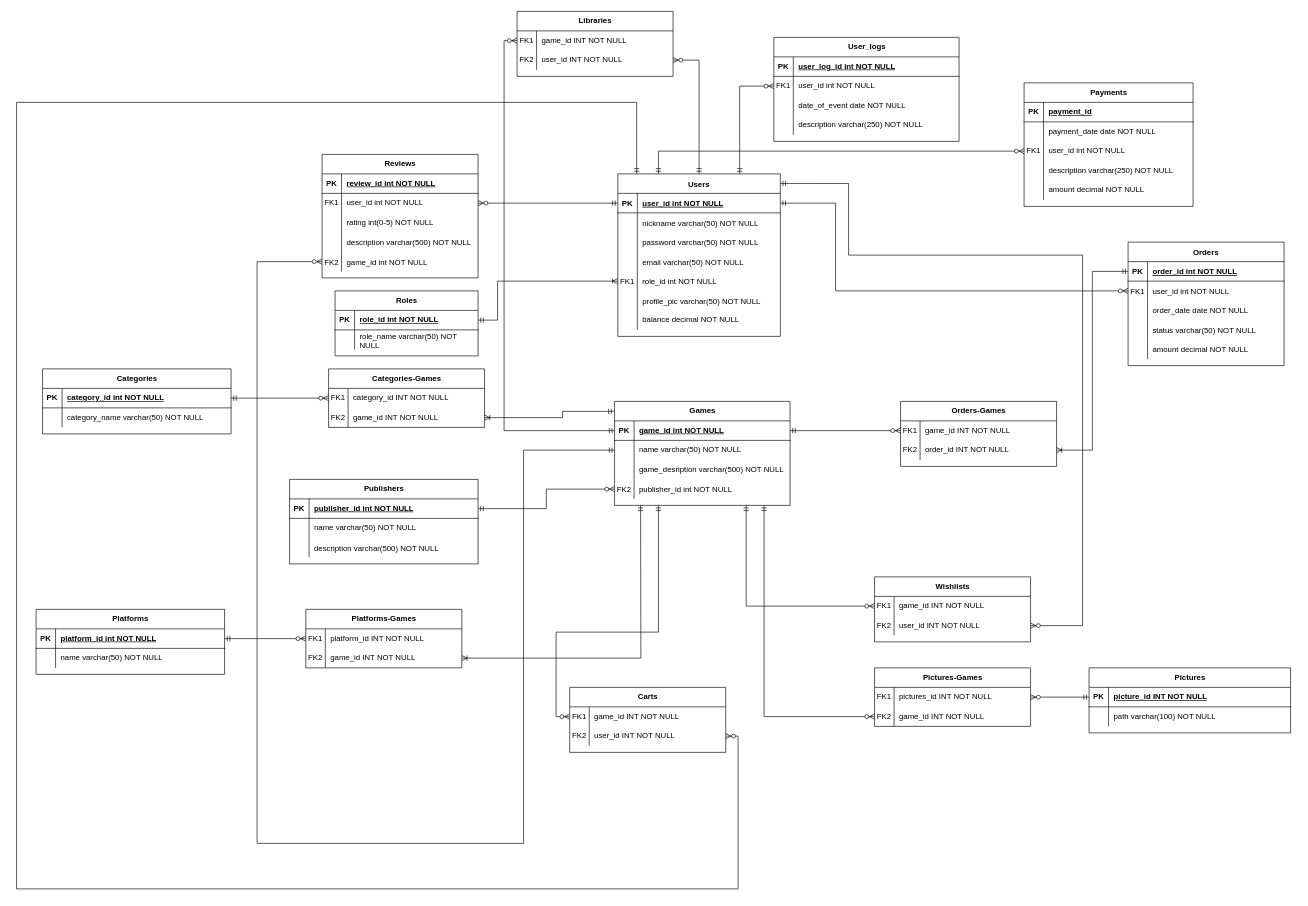
The draw.io diagram diagram.drawio in westcrime/data-models-and-database-management-systems, before the edit. Source tidied: cells renumbered, new cells numbered last; positions are measured from the earlier drawing's top-left corner, leaving out a move shared by most shapes. Both pictures are drawn from the tidied source at 65%, with x=0, y=0 at pixel (16, 11).
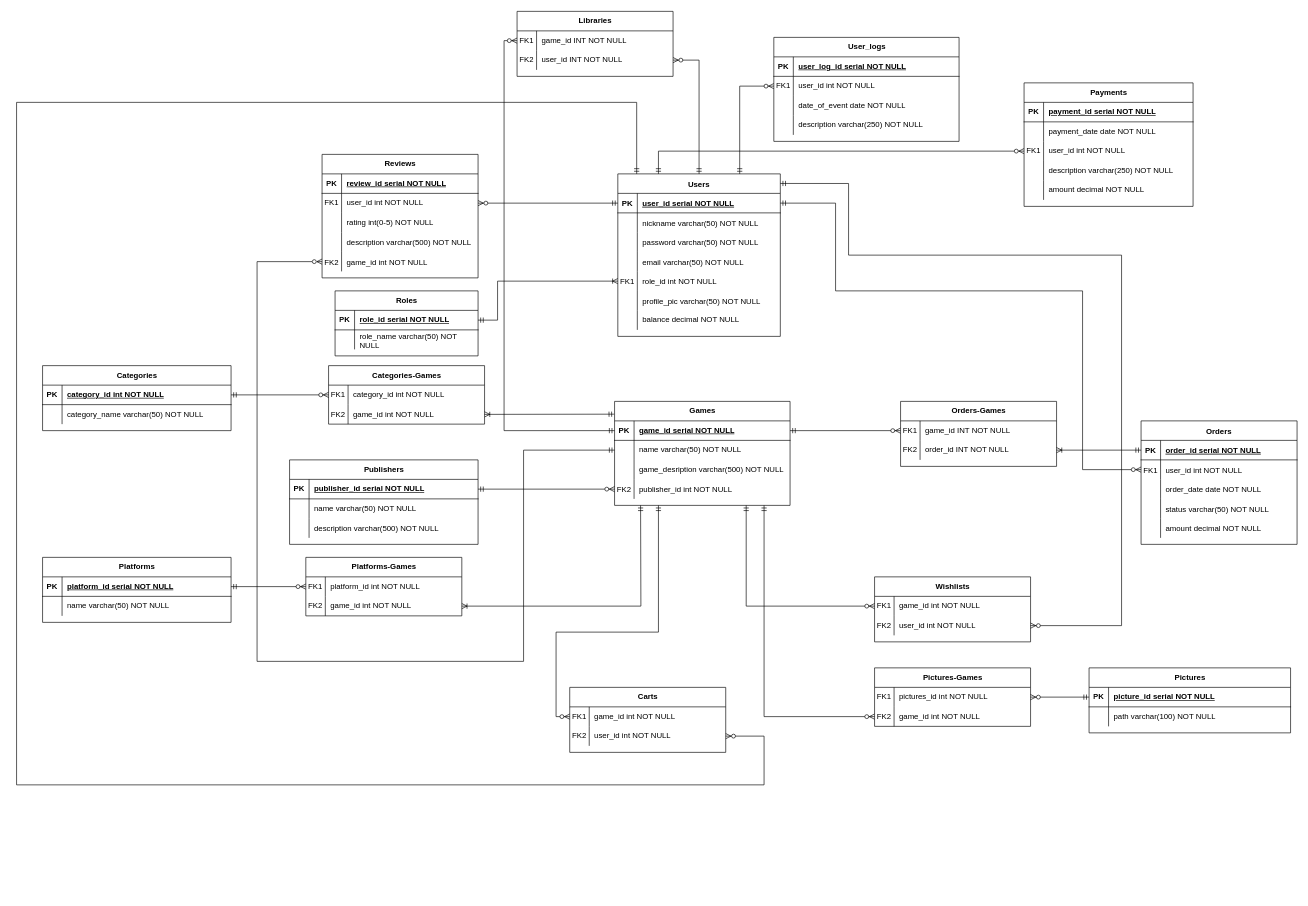
The same page after the edit.

The change refers to these unchanged cells:
```xml
<mxCell id="3" style="shape=partialRectangle;fillColor=none;points=[[0,0.5],[1,0.5]];portConstraint=eastwest;top=0;left=0;right=0;bottom=1;" parent="2" vertex="1">
  <mxGeometry y="30" width="240" height="30" as="geometry" />
</mxCell>
<mxCell id="6" style="shape=partialRectangle;fillColor=none;points=[[0,0.5],[1,0.5]];portConstraint=eastwest;top=0;left=0;right=0;bottom=0;" parent="2" vertex="1">
  <mxGeometry y="60" width="240" height="30" as="geometry" />
</mxCell>
<mxCell id="18" value="Users" style="shape=table;startSize=30;childLayout=tableLayout;rowLines=0;fontStyle=1;align=center;" parent="1" vertex="1">
  <mxGeometry x="925" y="250" width="250" height="250" as="geometry" />
</mxCell>
<mxCell id="19" style="shape=partialRectangle;fillColor=none;points=[[0,0.5],[1,0.5]];portConstraint=eastwest;top=0;left=0;right=0;bottom=1;" parent="18" vertex="1">
  <mxGeometry y="30" width="250" height="30" as="geometry" />
</mxCell>
<mxCell id="40" value="Games" style="shape=table;startSize=30;childLayout=tableLayout;rowLines=0;fontStyle=1;align=center;html=1;" parent="1" vertex="1">
  <mxGeometry x="920" y="600" width="270" height="160" as="geometry" />
</mxCell>
<mxCell id="41" style="shape=tableRow;horizontal=0;startSize=0;swimlaneHead=0;swimlaneBody=0;fillColor=none;points=[[0,0.5],[1,0.5]];portConstraint=eastwest;top=0;left=0;right=0;bottom=1;" parent="40" vertex="1">
  <mxGeometry y="30" width="270" height="30" as="geometry" />
</mxCell>
<mxCell id="44" style="shape=tableRow;horizontal=0;startSize=0;swimlaneHead=0;swimlaneBody=0;fillColor=none;points=[[0,0.5],[1,0.5]];portConstraint=eastwest;top=0;left=0;right=0;bottom=0;" parent="40" vertex="1">
  <mxGeometry y="60" width="270" height="30" as="geometry" />
</mxCell>
<mxCell id="54" style="shape=tableRow;horizontal=0;startSize=0;swimlaneHead=0;swimlaneBody=0;fillColor=none;points=[[0,0.5],[1,0.5]];portConstraint=eastwest;top=0;left=0;right=0;bottom=1;" parent="53" vertex="1">
  <mxGeometry y="30" width="290" height="30" as="geometry" />
</mxCell>
<mxCell id="64" style="shape=tableRow;horizontal=0;startSize=0;swimlaneHead=0;swimlaneBody=0;fillColor=none;points=[[0,0.5],[1,0.5]];portConstraint=eastwest;top=0;left=0;right=0;bottom=1;" parent="63" vertex="1">
  <mxGeometry y="30" width="290" height="30" as="geometry" />
</mxCell>
<mxCell id="71" style="shape=tableRow;horizontal=0;startSize=0;swimlaneHead=0;swimlaneBody=0;fillColor=none;points=[[0,0.5],[1,0.5]];portConstraint=eastwest;top=0;left=0;right=0;bottom=1;" parent="70" vertex="1">
  <mxGeometry y="30" width="220" height="30" as="geometry" />
</mxCell>
<mxCell id="78" style="shape=tableRow;horizontal=0;startSize=0;swimlaneHead=0;swimlaneBody=0;fillColor=none;top=0;left=0;right=0;bottom=1;" parent="77" vertex="1">
  <mxGeometry y="30" width="240" height="30" as="geometry" />
</mxCell>
<mxCell id="90" style="shape=tableRow;horizontal=0;startSize=0;swimlaneHead=0;swimlaneBody=0;fillColor=none;points=[[0,0.5],[1,0.5]];portConstraint=eastwest;top=0;left=0;right=0;bottom=0;" parent="77" vertex="1">
  <mxGeometry y="150" width="240" height="30" as="geometry" />
</mxCell>
<mxCell id="101" style="shape=tableRow;horizontal=0;startSize=0;swimlaneHead=0;swimlaneBody=0;fillColor=none;top=0;left=0;right=0;bottom=1;" parent="100" vertex="1">
  <mxGeometry y="30" width="285" height="30" as="geometry" />
</mxCell>
<mxCell id="120" style="shape=tableRow;horizontal=0;startSize=0;swimlaneHead=0;swimlaneBody=0;fillColor=none;top=0;left=0;right=0;bottom=1;" parent="119" vertex="1">
  <mxGeometry y="30" width="260" height="30" as="geometry" />
</mxCell>
<mxCell id="137" style="shape=tableRow;horizontal=0;startSize=0;swimlaneHead=0;swimlaneBody=0;fillColor=none;points=[[0,0.5],[1,0.5]];portConstraint=eastwest;top=0;left=0;right=0;bottom=1;" parent="136" vertex="1">
  <mxGeometry y="30" width="310" height="30" as="geometry" />
</mxCell>
<mxCell id="153" style="shape=tableRow;horizontal=0;startSize=0;swimlaneHead=0;swimlaneBody=0;fillColor=none;points=[[0,0.5],[1,0.5]];portConstraint=eastwest;top=0;left=0;right=0;bottom=0;" parent="152" vertex="1">
  <mxGeometry y="30" width="240" height="30" as="geometry" />
</mxCell>
<mxCell id="156" style="shape=tableRow;horizontal=0;startSize=0;swimlaneHead=0;swimlaneBody=0;fillColor=none;points=[[0,0.5],[1,0.5]];portConstraint=eastwest;top=0;left=0;right=0;bottom=0;" parent="152" vertex="1">
  <mxGeometry y="60" width="240" height="30" as="geometry" />
</mxCell>
<mxCell id="162" style="shape=tableRow;horizontal=0;startSize=0;swimlaneHead=0;swimlaneBody=0;fillColor=none;points=[[0,0.5],[1,0.5]];portConstraint=eastwest;top=0;left=0;right=0;bottom=0;" parent="161" vertex="1">
  <mxGeometry y="30" width="240" height="30" as="geometry" />
</mxCell>
<mxCell id="165" style="shape=tableRow;horizontal=0;startSize=0;swimlaneHead=0;swimlaneBody=0;fillColor=none;points=[[0,0.5],[1,0.5]];portConstraint=eastwest;top=0;left=0;right=0;bottom=0;" parent="161" vertex="1">
  <mxGeometry y="60" width="240" height="30" as="geometry" />
</mxCell>
<mxCell id="171" style="shape=tableRow;horizontal=0;startSize=0;swimlaneHead=0;swimlaneBody=0;fillColor=none;points=[[0,0.5],[1,0.5]];portConstraint=eastwest;top=0;left=0;right=0;bottom=0;" parent="170" vertex="1">
  <mxGeometry y="30" width="240" height="30" as="geometry" />
</mxCell>
<mxCell id="174" style="shape=tableRow;horizontal=0;startSize=0;swimlaneHead=0;swimlaneBody=0;fillColor=none;points=[[0,0.5],[1,0.5]];portConstraint=eastwest;top=0;left=0;right=0;bottom=0;" parent="170" vertex="1">
  <mxGeometry y="60" width="240" height="30" as="geometry" />
</mxCell>
<mxCell id="189" style="shape=tableRow;horizontal=0;startSize=0;swimlaneHead=0;swimlaneBody=0;fillColor=none;points=[[0,0.5],[1,0.5]];portConstraint=eastwest;top=0;left=0;right=0;bottom=0;" parent="188" vertex="1">
  <mxGeometry y="30" width="240" height="30" as="geometry" />
</mxCell>
<mxCell id="192" style="shape=tableRow;horizontal=0;startSize=0;swimlaneHead=0;swimlaneBody=0;fillColor=none;points=[[0,0.5],[1,0.5]];portConstraint=eastwest;top=0;left=0;right=0;bottom=0;" parent="188" vertex="1">
  <mxGeometry y="60" width="240" height="30" as="geometry" />
</mxCell>
<mxCell id="198" style="shape=tableRow;horizontal=0;startSize=0;swimlaneHead=0;swimlaneBody=0;fillColor=none;points=[[0,0.5],[1,0.5]];portConstraint=eastwest;top=0;left=0;right=0;bottom=0;" parent="197" vertex="1">
  <mxGeometry y="30" width="240" height="30" as="geometry" />
</mxCell>
<mxCell id="201" style="shape=tableRow;horizontal=0;startSize=0;swimlaneHead=0;swimlaneBody=0;fillColor=none;points=[[0,0.5],[1,0.5]];portConstraint=eastwest;top=0;left=0;right=0;bottom=0;" parent="197" vertex="1">
  <mxGeometry y="60" width="240" height="30" as="geometry" />
</mxCell>
```

Change to the diagram source:
```diff
@@
     <mxCell id="2" value="Orders" style="shape=table;startSize=30;childLayout=tableLayout;rowLines=0;fontStyle=1;align=center;" parent="1" vertex="1">
-      <mxGeometry x="1710" y="355" width="240" height="190" as="geometry" />
+      <mxGeometry x="1730" y="630" width="240" height="190" as="geometry" />
     </mxCell>
@@
-    <mxCell id="5" value="order_id int NOT NULL " style="shape=partialRectangle;overflow=hidden;fillColor=none;top=0;left=0;bottom=0;right=0;align=left;spacingLeft=6;fontStyle=5;" parent="3" vertex="1">
+    <mxCell id="5" value="order_id serial NOT NULL " style="shape=partialRectangle;overflow=hidden;fillColor=none;top=0;left=0;bottom=0;right=0;align=left;spacingLeft=6;fontStyle=5;" parent="3" vertex="1">
       <mxGeometry x="30" width="210" height="30" as="geometry" />
     </mxCell>
@@
-    <mxCell id="21" value="user_id int NOT NULL " style="shape=partialRectangle;overflow=hidden;fillColor=none;top=0;left=0;bottom=0;right=0;align=left;spacingLeft=6;fontStyle=5;" parent="19" vertex="1">
+    <mxCell id="21" value="user_id serial NOT NULL " style="shape=partialRectangle;overflow=hidden;fillColor=none;top=0;left=0;bottom=0;right=0;align=left;spacingLeft=6;fontStyle=5;" parent="19" vertex="1">
       <mxGeometry x="30" width="220" height="30" as="geometry" />
     </mxCell>
@@
-    <mxCell id="43" value="game_id int NOT NULL" style="shape=partialRectangle;fillColor=none;top=0;left=0;bottom=0;right=0;align=left;spacingLeft=6;fontStyle=5;overflow=hidden;whiteSpace=wrap;html=1;" parent="41" vertex="1">
+    <mxCell id="43" value="game_id serial NOT NULL" style="shape=partialRectangle;fillColor=none;top=0;left=0;bottom=0;right=0;align=left;spacingLeft=6;fontStyle=5;overflow=hidden;whiteSpace=wrap;html=1;" parent="41" vertex="1">
       <mxGeometry x="30" width="240" height="30" as="geometry" />
     </mxCell>
@@
     <mxCell id="53" value="Publishers" style="shape=table;startSize=30;childLayout=tableLayout;rowLines=0;fontStyle=1;align=center;html=1;" parent="1" vertex="1">
-      <mxGeometry x="420" y="720" width="290" height="130" as="geometry" />
+      <mxGeometry x="420" y="690" width="290" height="130" as="geometry" />
     </mxCell>
@@
-    <mxCell id="56" value="publisher_id int NOT NULL" style="shape=partialRectangle;fillColor=none;top=0;left=0;bottom=0;right=0;align=left;spacingLeft=6;fontStyle=5;overflow=hidden;whiteSpace=wrap;html=1;" parent="54" vertex="1">
+    <mxCell id="56" value="publisher_id serial NOT NULL" style="shape=partialRectangle;fillColor=none;top=0;left=0;bottom=0;right=0;align=left;spacingLeft=6;fontStyle=5;overflow=hidden;whiteSpace=wrap;html=1;" parent="54" vertex="1">
       <mxGeometry x="30" width="260" height="30" as="geometry" />
     </mxCell>
@@
     <mxCell id="63" value="Platforms" style="shape=table;startSize=30;childLayout=tableLayout;rowLines=0;fontStyle=1;align=center;html=1;" parent="1" vertex="1">
-      <mxGeometry x="30" y="920" width="290" height="100" as="geometry" />
+      <mxGeometry x="40" y="840" width="290" height="100" as="geometry" />
     </mxCell>
@@
-    <mxCell id="66" value="platform_id int NOT NULL" style="shape=partialRectangle;fillColor=none;top=0;left=0;bottom=0;right=0;align=left;spacingLeft=6;fontStyle=5;overflow=hidden;whiteSpace=wrap;html=1;" parent="64" vertex="1">
+    <mxCell id="66" value="platform_id serial NOT NULL" style="shape=partialRectangle;fillColor=none;top=0;left=0;bottom=0;right=0;align=left;spacingLeft=6;fontStyle=5;overflow=hidden;whiteSpace=wrap;html=1;" parent="64" vertex="1">
       <mxGeometry x="30" width="260" height="30" as="geometry" />
     </mxCell>
@@
-    <mxCell id="73" value="role_id int NOT NULL" style="shape=partialRectangle;fillColor=none;top=0;left=0;bottom=0;right=0;align=left;spacingLeft=6;fontStyle=5;overflow=hidden;whiteSpace=wrap;html=1;" parent="71" vertex="1">
+    <mxCell id="73" value="role_id serial NOT NULL" style="shape=partialRectangle;fillColor=none;top=0;left=0;bottom=0;right=0;align=left;spacingLeft=6;fontStyle=5;overflow=hidden;whiteSpace=wrap;html=1;" parent="71" vertex="1">
       <mxGeometry x="30" width="190" height="30" as="geometry" />
     </mxCell>
@@
-    <mxCell id="80" value="review_id int NOT NULL" style="shape=partialRectangle;fillColor=none;top=0;left=0;bottom=0;right=0;align=left;spacingLeft=6;fontStyle=5;overflow=hidden;whiteSpace=wrap;html=1;" parent="78" vertex="1">
+    <mxCell id="80" value="review_id serial NOT NULL" style="shape=partialRectangle;fillColor=none;top=0;left=0;bottom=0;right=0;align=left;spacingLeft=6;fontStyle=5;overflow=hidden;whiteSpace=wrap;html=1;" parent="78" vertex="1">
       <mxGeometry x="30" width="210" height="30" as="geometry" />
     </mxCell>
@@
     <mxCell id="93" value="Categories" style="shape=table;startSize=30;childLayout=tableLayout;rowLines=0;fontStyle=1;align=center;html=1;" parent="1" vertex="1">
-      <mxGeometry x="40" y="550" width="290" height="100" as="geometry" />
+      <mxGeometry x="40" y="545" width="290" height="100" as="geometry" />
     </mxCell>
@@
-    <mxCell id="103" value="user_log_id int NOT NULL" style="shape=partialRectangle;fillColor=none;top=0;left=0;bottom=0;right=0;align=left;spacingLeft=6;fontStyle=5;overflow=hidden;whiteSpace=wrap;html=1;" parent="101" vertex="1">
+    <mxCell id="103" value="user_log_id serial NOT NULL" style="shape=partialRectangle;fillColor=none;top=0;left=0;bottom=0;right=0;align=left;spacingLeft=6;fontStyle=5;overflow=hidden;whiteSpace=wrap;html=1;" parent="101" vertex="1">
       <mxGeometry x="30" width="255" height="30" as="geometry" />
     </mxCell>
@@
     <mxCell id="115" style="edgeStyle=orthogonalEdgeStyle;fontSize=12;html=1;endArrow=ERzeroToMany;startArrow=ERmandOne;rounded=0;entryX=0;entryY=0.5;entryDx=0;entryDy=0;exitX=1;exitY=0.5;exitDx=0;exitDy=0;" parent="1" edge="1" source="19" target="6">
       <mxGeometry relative="1" as="geometry">
         <Array as="points">
           <mxPoint x="1260" y="295" />
           <mxPoint x="1260" y="430" />
+          <mxPoint x="1640" y="430" />
+          <mxPoint x="1640" y="705" />
         </Array>
       </mxGeometry>
     </mxCell>
@@
     <mxCell id="117" style="edgeStyle=orthogonalEdgeStyle;fontSize=12;html=1;endArrow=ERmandOne;startArrow=ERzeroToMany;rounded=0;exitX=0;exitY=0.5;exitDx=0;exitDy=0;entryX=0;entryY=0.5;entryDx=0;entryDy=0;endFill=0;startFill=0;" parent="1" edge="1" source="90" target="44">
       <mxGeometry relative="1" as="geometry">
         <Array as="points">
           <mxPoint x="370" y="385" />
-          <mxPoint x="370" y="1280" />
-          <mxPoint x="780" y="1280" />
+          <mxPoint x="370" y="1000" />
+          <mxPoint x="780" y="1000" />
           <mxPoint x="780" y="675" />
         </Array>
       </mxGeometry>
     </mxCell>
@@
-    <mxCell id="122" value="payment_id" style="shape=partialRectangle;fillColor=none;top=0;left=0;bottom=0;right=0;align=left;spacingLeft=6;fontStyle=5;overflow=hidden;whiteSpace=wrap;html=1;" parent="120" vertex="1">
+    <mxCell id="122" value="payment_id serial NOT NULL" style="shape=partialRectangle;fillColor=none;top=0;left=0;bottom=0;right=0;align=left;spacingLeft=6;fontStyle=5;overflow=hidden;whiteSpace=wrap;html=1;" parent="120" vertex="1">
       <mxGeometry x="30" width="230" height="30" as="geometry" />
     </mxCell>
@@
-    <mxCell id="139" value="picture_id INT NOT NULL" style="shape=partialRectangle;fillColor=none;top=0;left=0;bottom=0;right=0;align=left;spacingLeft=6;fontStyle=5;overflow=hidden;whiteSpace=wrap;html=1;" parent="137" vertex="1">
+    <mxCell id="139" value="picture_id serial NOT NULL" style="shape=partialRectangle;fillColor=none;top=0;left=0;bottom=0;right=0;align=left;spacingLeft=6;fontStyle=5;overflow=hidden;whiteSpace=wrap;html=1;" parent="137" vertex="1">
       <mxGeometry x="30" width="280" height="30" as="geometry" />
     </mxCell>
@@
     <mxCell id="152" value="Categories-Games" style="shape=table;startSize=30;childLayout=tableLayout;rowLines=0;fontStyle=1;align=center;html=1;" parent="1" vertex="1">
-      <mxGeometry x="480" y="550" width="240" height="90" as="geometry" />
+      <mxGeometry x="480" y="545" width="240" height="90" as="geometry" />
     </mxCell>
@@
-    <mxCell id="155" value="category_id INT NOT NULL" style="shape=partialRectangle;fillColor=none;top=0;left=0;bottom=0;right=0;align=left;spacingLeft=6;overflow=hidden;whiteSpace=wrap;html=1;" parent="153" vertex="1">
+    <mxCell id="155" value="category_id int NOT NULL" style="shape=partialRectangle;fillColor=none;top=0;left=0;bottom=0;right=0;align=left;spacingLeft=6;overflow=hidden;whiteSpace=wrap;html=1;" parent="153" vertex="1">
       <mxGeometry x="30" width="210" height="30" as="geometry" />
     </mxCell>
@@
-    <mxCell id="158" value="game_id INT NOT NULL" style="shape=partialRectangle;fillColor=none;top=0;left=0;bottom=0;right=0;align=left;spacingLeft=6;overflow=hidden;whiteSpace=wrap;html=1;" parent="156" vertex="1">
+    <mxCell id="158" value="game_id int NOT NULL" style="shape=partialRectangle;fillColor=none;top=0;left=0;bottom=0;right=0;align=left;spacingLeft=6;overflow=hidden;whiteSpace=wrap;html=1;" parent="156" vertex="1">
       <mxGeometry x="30" width="210" height="30" as="geometry" />
     </mxCell>
-    <mxCell id="159" style="edgeStyle=orthogonalEdgeStyle;fontSize=12;html=1;endArrow=ERoneToMany;startArrow=ERmandOne;rounded=0;exitX=-0.004;exitY=0.096;exitDx=0;exitDy=0;entryX=1;entryY=0.5;entryDx=0;entryDy=0;exitPerimeter=0;" parent="1" edge="1" source="40" target="156">
+    <mxCell id="159" style="edgeStyle=orthogonalEdgeStyle;fontSize=12;html=1;endArrow=ERoneToMany;startArrow=ERmandOne;rounded=0;exitX=-0.002;exitY=0.123;exitDx=0;exitDy=0;entryX=1;entryY=0.5;entryDx=0;entryDy=0;exitPerimeter=0;" parent="1" edge="1" source="40" target="156">
       <mxGeometry relative="1" as="geometry">
         <Array as="points">
-          <mxPoint x="840" y="615" />
-          <mxPoint x="840" y="625" />
+          <mxPoint x="918" y="620" />
         </Array>
       </mxGeometry>
     </mxCell>
@@
     <mxCell id="161" value="Platforms-Games" style="shape=table;startSize=30;childLayout=tableLayout;rowLines=0;fontStyle=1;align=center;html=1;" parent="1" vertex="1">
-      <mxGeometry x="445" y="920" width="240" height="90" as="geometry" />
+      <mxGeometry x="445" y="840" width="240" height="90" as="geometry" />
     </mxCell>
@@
-    <mxCell id="164" value="platform_id INT NOT NULL" style="shape=partialRectangle;fillColor=none;top=0;left=0;bottom=0;right=0;align=left;spacingLeft=6;overflow=hidden;whiteSpace=wrap;html=1;" parent="162" vertex="1">
+    <mxCell id="164" value="platform_id int NOT NULL" style="shape=partialRectangle;fillColor=none;top=0;left=0;bottom=0;right=0;align=left;spacingLeft=6;overflow=hidden;whiteSpace=wrap;html=1;" parent="162" vertex="1">
       <mxGeometry x="30" width="210" height="30" as="geometry" />
     </mxCell>
@@
-    <mxCell id="167" value="game_id INT NOT NULL" style="shape=partialRectangle;fillColor=none;top=0;left=0;bottom=0;right=0;align=left;spacingLeft=6;overflow=hidden;whiteSpace=wrap;html=1;" parent="165" vertex="1">
+    <mxCell id="167" value="game_id int NOT NULL" style="shape=partialRectangle;fillColor=none;top=0;left=0;bottom=0;right=0;align=left;spacingLeft=6;overflow=hidden;whiteSpace=wrap;html=1;" parent="165" vertex="1">
       <mxGeometry x="30" width="210" height="30" as="geometry" />
     </mxCell>
@@
-    <mxCell id="173" value="pictures_id INT NOT NULL" style="shape=partialRectangle;fillColor=none;top=0;left=0;bottom=0;right=0;align=left;spacingLeft=6;overflow=hidden;whiteSpace=wrap;html=1;" parent="171" vertex="1">
+    <mxCell id="173" value="pictures_id int NOT NULL" style="shape=partialRectangle;fillColor=none;top=0;left=0;bottom=0;right=0;align=left;spacingLeft=6;overflow=hidden;whiteSpace=wrap;html=1;" parent="171" vertex="1">
       <mxGeometry x="30" width="210" height="30" as="geometry" />
     </mxCell>
@@
-    <mxCell id="176" value="game_id INT NOT NULL" style="shape=partialRectangle;fillColor=none;top=0;left=0;bottom=0;right=0;align=left;spacingLeft=6;overflow=hidden;whiteSpace=wrap;html=1;" parent="174" vertex="1">
+    <mxCell id="176" value="game_id int NOT NULL" style="shape=partialRectangle;fillColor=none;top=0;left=0;bottom=0;right=0;align=left;spacingLeft=6;overflow=hidden;whiteSpace=wrap;html=1;" parent="174" vertex="1">
       <mxGeometry x="30" width="210" height="30" as="geometry" />
     </mxCell>
@@
-    <mxCell id="191" value="game_id INT NOT NULL" style="shape=partialRectangle;fillColor=none;top=0;left=0;bottom=0;right=0;align=left;spacingLeft=6;overflow=hidden;whiteSpace=wrap;html=1;" parent="189" vertex="1">
+    <mxCell id="191" value="game_id int NOT NULL" style="shape=partialRectangle;fillColor=none;top=0;left=0;bottom=0;right=0;align=left;spacingLeft=6;overflow=hidden;whiteSpace=wrap;html=1;" parent="189" vertex="1">
       <mxGeometry x="30" width="210" height="30" as="geometry" />
     </mxCell>
@@
-    <mxCell id="194" value="user_id INT NOT NULL" style="shape=partialRectangle;fillColor=none;top=0;left=0;bottom=0;right=0;align=left;spacingLeft=6;overflow=hidden;whiteSpace=wrap;html=1;" parent="192" vertex="1">
+    <mxCell id="194" value="user_id int NOT NULL" style="shape=partialRectangle;fillColor=none;top=0;left=0;bottom=0;right=0;align=left;spacingLeft=6;overflow=hidden;whiteSpace=wrap;html=1;" parent="192" vertex="1">
       <mxGeometry x="30" width="210" height="30" as="geometry" />
     </mxCell>
     <mxCell id="195" style="edgeStyle=orthogonalEdgeStyle;fontSize=12;html=1;endArrow=ERzeroToMany;startArrow=ERmandOne;rounded=0;entryX=1;entryY=0.5;entryDx=0;entryDy=0;exitX=1;exitY=0.059;exitDx=0;exitDy=0;exitPerimeter=0;" parent="1" edge="1" source="18" target="192">
       <mxGeometry relative="1" as="geometry">
         <Array as="points">
           <mxPoint x="1280" y="265" />
           <mxPoint x="1280" y="375" />
-          <mxPoint x="1640" y="375" />
-          <mxPoint x="1640" y="945" />
+          <mxPoint x="1700" y="375" />
+          <mxPoint x="1700" y="945" />
         </Array>
       </mxGeometry>
     </mxCell>
@@
-    <mxCell id="200" value="game_id INT NOT NULL" style="shape=partialRectangle;fillColor=none;top=0;left=0;bottom=0;right=0;align=left;spacingLeft=6;overflow=hidden;whiteSpace=wrap;html=1;" parent="198" vertex="1">
+    <mxCell id="200" value="game_id int NOT NULL" style="shape=partialRectangle;fillColor=none;top=0;left=0;bottom=0;right=0;align=left;spacingLeft=6;overflow=hidden;whiteSpace=wrap;html=1;" parent="198" vertex="1">
       <mxGeometry x="30" width="210" height="30" as="geometry" />
     </mxCell>
@@
-    <mxCell id="203" value="user_id INT NOT NULL" style="shape=partialRectangle;fillColor=none;top=0;left=0;bottom=0;right=0;align=left;spacingLeft=6;overflow=hidden;whiteSpace=wrap;html=1;" parent="201" vertex="1">
+    <mxCell id="203" value="user_id int NOT NULL" style="shape=partialRectangle;fillColor=none;top=0;left=0;bottom=0;right=0;align=left;spacingLeft=6;overflow=hidden;whiteSpace=wrap;html=1;" parent="201" vertex="1">
       <mxGeometry x="30" width="210" height="30" as="geometry" />
     </mxCell>
@@
     <mxCell id="205" style="edgeStyle=orthogonalEdgeStyle;fontSize=12;html=1;endArrow=ERzeroToMany;startArrow=ERmandOne;rounded=0;entryX=1;entryY=0.5;entryDx=0;entryDy=0;" parent="1" edge="1" target="201">
       <mxGeometry relative="1" as="geometry">
         <mxPoint x="954" y="250" as="sourcePoint" />
         <Array as="points">
           <mxPoint x="954" y="140" />
           <mxPoint y="140" />
-          <mxPoint y="1350" />
-          <mxPoint x="1110" y="1350" />
-          <mxPoint x="1110" y="1115" />
+          <mxPoint y="1190" />
+          <mxPoint x="1150" y="1190" />
+          <mxPoint x="1150" y="1115" />
         </Array>
       </mxGeometry>
     </mxCell>
```
